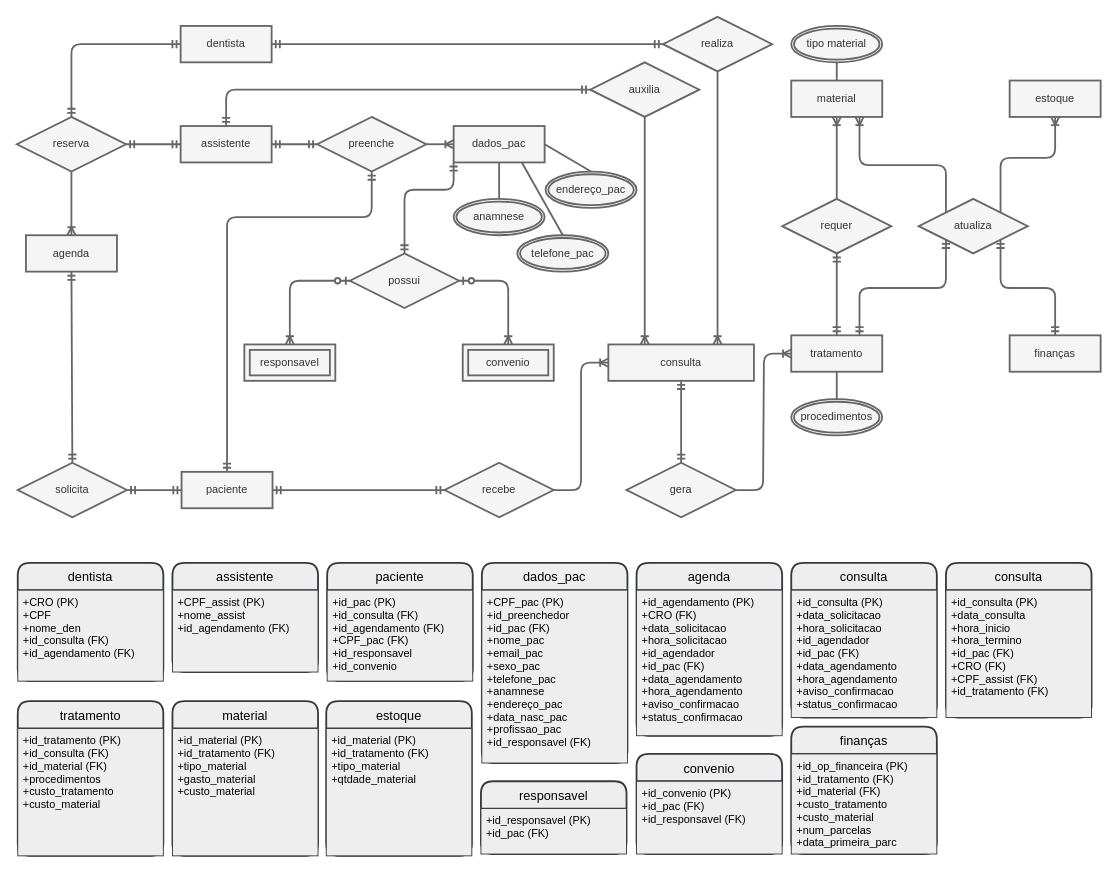
fabiollg/Diagrama-ER-Consultorio keeps this draw.io diagram as Diagrama sem nome.drawio. Above is the earlier version. Source tidied: cells renumbered, new cells numbered last; positions are measured from the earlier drawing's top-left corner, leaving out a move shared by most shapes. Both pictures are drawn from the tidied source at 91%, with x=0, y=0 at pixel (16, 16).
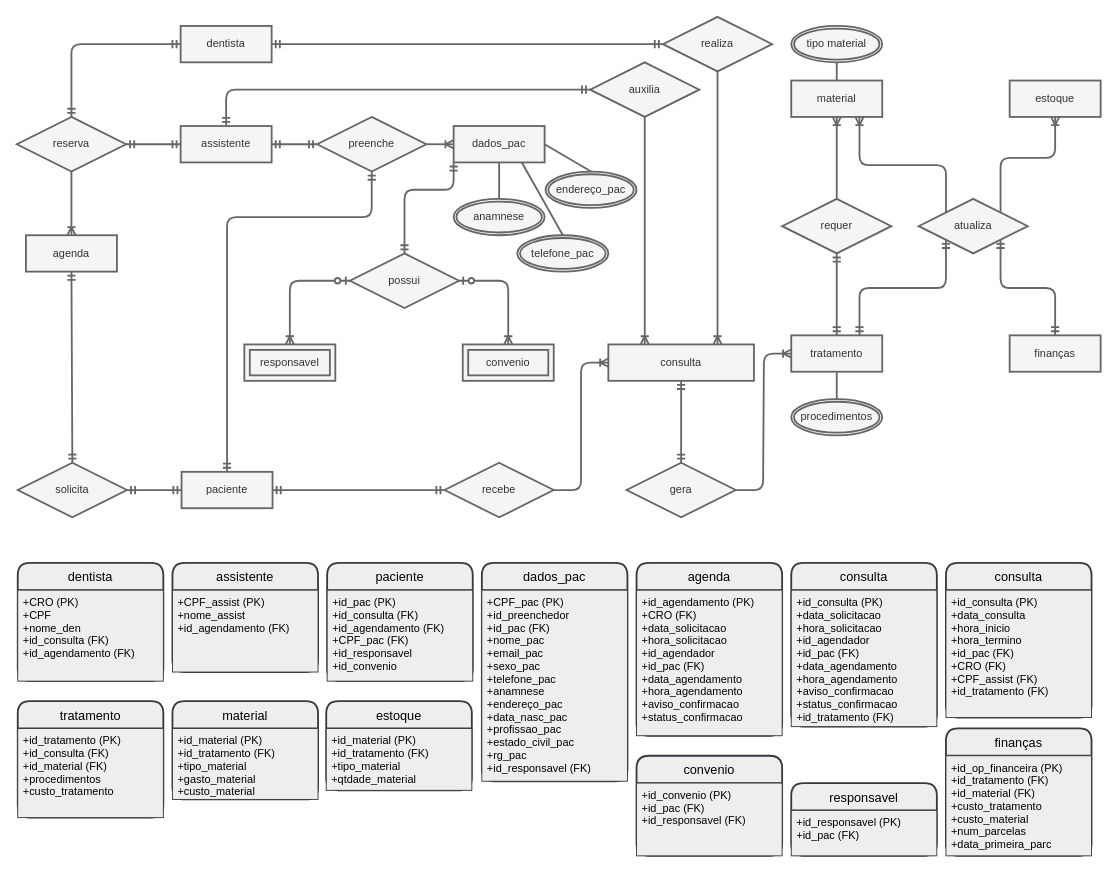
The same diagram, later.

Commit message:
atualização do mapeamento

The edit, as a diff of the source:
```diff
@@
     <mxCell id="44" value="dados_pac" style="swimlane;horizontal=1;startSize=30;rounded=1;fontSize=14;fontStyle=0;strokeWidth=2;shadow=0;dashed=0;align=center;fillColor=#eeeeee;strokeColor=#36393d;fontColor=#000000;" parent="1" vertex="1">
-      <mxGeometry x="511" y="600" width="160" height="220" as="geometry" />
+      <mxGeometry x="511" y="600" width="160" height="240" as="geometry" />
     </mxCell>
-    <mxCell id="45" value="+CPF_pac (PK)&#10;+id_preenchedor&#10;+id_pac (FK)&#10;+nome_pac&#10;+email_pac&#10;+sexo_pac&#10;+telefone_pac&#10;+anamnese&#10;+endereço_pac&#10;+data_nasc_pac&#10;+profissao_pac&#10;+id_responsavel (FK)" style="align=left;strokeColor=#36393d;fillColor=#eeeeee;spacingLeft=4;fontSize=12;verticalAlign=top;fontColor=#000000;" parent="44" vertex="1">
-      <mxGeometry y="30" width="160" height="190" as="geometry" />
+    <mxCell id="45" value="+CPF_pac (PK)&#10;+id_preenchedor&#10;+id_pac (FK)&#10;+nome_pac&#10;+email_pac&#10;+sexo_pac&#10;+telefone_pac&#10;+anamnese&#10;+endereço_pac&#10;+data_nasc_pac&#10;+profissao_pac&#10;+estado_civil_pac&#10;+rg_pac&#10;+id_responsavel (FK)" style="align=left;strokeColor=#36393d;fillColor=#eeeeee;spacingLeft=4;fontSize=12;verticalAlign=top;fontColor=#000000;" parent="44" vertex="1">
+      <mxGeometry y="30" width="160" height="210" as="geometry" />
     </mxCell>
@@
     <mxCell id="62" value="consulta" style="swimlane;horizontal=1;startSize=30;rounded=1;fontSize=14;fontStyle=0;strokeWidth=2;shadow=0;dashed=0;align=center;fillColor=#eeeeee;strokeColor=#36393d;fontColor=#000000;" parent="1" vertex="1">
-      <mxGeometry x="851" y="600" width="160" height="170" as="geometry" />
+      <mxGeometry x="851" y="600" width="160" height="180" as="geometry" />
     </mxCell>
-    <mxCell id="63" value="+id_consulta (PK)&#10;+data_solicitacao&#10;+hora_solicitacao&#10;+id_agendador&#10;+id_pac (FK)&#10;+data_agendamento&#10;+hora_agendamento&#10;+aviso_confirmacao&#10;+status_confirmacao" style="align=left;strokeColor=#36393d;fillColor=#eeeeee;spacingLeft=4;fontSize=12;verticalAlign=top;fontColor=#000000;" parent="62" vertex="1">
-      <mxGeometry y="30" width="160" height="140" as="geometry" />
+    <mxCell id="63" value="+id_consulta (PK)&#10;+data_solicitacao&#10;+hora_solicitacao&#10;+id_agendador&#10;+id_pac (FK)&#10;+data_agendamento&#10;+hora_agendamento&#10;+aviso_confirmacao&#10;+status_confirmacao&#10;+id_tratamento (FK)&#10;" style="align=left;strokeColor=#36393d;fillColor=#eeeeee;spacingLeft=4;fontSize=12;verticalAlign=top;fontColor=#000000;" parent="62" vertex="1">
+      <mxGeometry y="30" width="160" height="150" as="geometry" />
     </mxCell>
@@
     <mxCell id="71" value="tratamento" style="swimlane;horizontal=1;startSize=30;rounded=1;fontSize=14;fontStyle=0;strokeWidth=2;shadow=0;dashed=0;align=center;fillColor=#eeeeee;strokeColor=#36393d;fontColor=#000000;" parent="1" vertex="1">
-      <mxGeometry x="1" y="752" width="160" height="170" as="geometry" />
+      <mxGeometry x="1" y="752" width="160" height="128" as="geometry" />
     </mxCell>
-    <mxCell id="72" value="+id_tratamento (PK)&#10;+id_consulta (FK)&#10;+id_material (FK)&#10;+procedimentos&#10;+custo_tratamento&#10;+custo_material&#10;" style="align=left;strokeColor=#36393d;fillColor=#eeeeee;spacingLeft=4;fontSize=12;verticalAlign=top;fontColor=#000000;" parent="71" vertex="1">
-      <mxGeometry y="30" width="160" height="140" as="geometry" />
+    <mxCell id="72" value="+id_tratamento (PK)&#10;+id_consulta (FK)&#10;+id_material (FK)&#10;+procedimentos&#10;+custo_tratamento&#10;" style="align=left;strokeColor=#36393d;fillColor=#eeeeee;spacingLeft=4;fontSize=12;verticalAlign=top;fontColor=#000000;" parent="71" vertex="1">
+      <mxGeometry y="30" width="160" height="98" as="geometry" />
     </mxCell>
     <mxCell id="73" value="material" style="swimlane;horizontal=1;startSize=30;rounded=1;fontSize=14;fontStyle=0;strokeWidth=2;shadow=0;dashed=0;align=center;fillColor=#eeeeee;strokeColor=#36393d;fontColor=#000000;" parent="1" vertex="1">
-      <mxGeometry x="171" y="752" width="160" height="170" as="geometry" />
+      <mxGeometry x="171" y="752" width="160" height="108" as="geometry" />
     </mxCell>
     <mxCell id="74" value="+id_material (PK)&#10;+id_tratamento (FK)&#10;+tipo_material&#10;+gasto_material&#10;+custo_material&#10;" style="align=left;strokeColor=#36393d;fillColor=#eeeeee;spacingLeft=4;fontSize=12;verticalAlign=top;fontColor=#000000;" parent="73" vertex="1">
-      <mxGeometry y="30" width="160" height="140" as="geometry" />
+      <mxGeometry y="30" width="160" height="78" as="geometry" />
     </mxCell>
     <mxCell id="75" value="estoque" style="swimlane;horizontal=1;startSize=30;rounded=1;fontSize=14;fontStyle=0;strokeWidth=2;shadow=0;dashed=0;align=center;fillColor=#eeeeee;strokeColor=#36393d;fontColor=#000000;" parent="1" vertex="1">
-      <mxGeometry x="340" y="752" width="160" height="170" as="geometry" />
+      <mxGeometry x="340" y="752" width="160" height="98" as="geometry" />
     </mxCell>
     <mxCell id="76" value="+id_material (PK)&#10;+id_tratamento (FK)&#10;+tipo_material&#10;+qtdade_material" style="align=left;strokeColor=#36393d;fillColor=#eeeeee;spacingLeft=4;fontSize=12;verticalAlign=top;fontColor=#000000;" parent="75" vertex="1">
-      <mxGeometry y="30" width="160" height="140" as="geometry" />
+      <mxGeometry y="30" width="160" height="68" as="geometry" />
     </mxCell>
@@
     <mxCell id="79" value="finanças" style="swimlane;horizontal=1;startSize=30;rounded=1;fontSize=14;fontStyle=0;strokeWidth=2;shadow=0;dashed=0;align=center;fillColor=#eeeeee;strokeColor=#36393d;fontColor=#000000;" parent="1" vertex="1">
-      <mxGeometry x="851" y="780" width="160" height="140" as="geometry" />
+      <mxGeometry x="1021" y="782" width="160" height="140" as="geometry" />
     </mxCell>
@@
     <mxCell id="81" value="responsavel" style="swimlane;horizontal=1;startSize=30;rounded=1;fontSize=14;fontStyle=0;strokeWidth=2;shadow=0;dashed=0;align=center;fillColor=#eeeeee;strokeColor=#36393d;fontColor=#000000;" parent="1" vertex="1">
-      <mxGeometry x="510" y="840" width="160" height="80" as="geometry" />
+      <mxGeometry x="851" y="842" width="160" height="80" as="geometry" />
     </mxCell>
@@
     <mxCell id="83" value="convenio" style="swimlane;horizontal=1;startSize=30;rounded=1;fontSize=14;fontStyle=0;strokeWidth=2;shadow=0;dashed=0;align=center;fillColor=#eeeeee;strokeColor=#36393d;fontColor=#000000;" parent="1" vertex="1">
-      <mxGeometry x="681" y="810" width="160" height="110" as="geometry" />
+      <mxGeometry x="681" y="812" width="160" height="110" as="geometry" />
     </mxCell>
```
